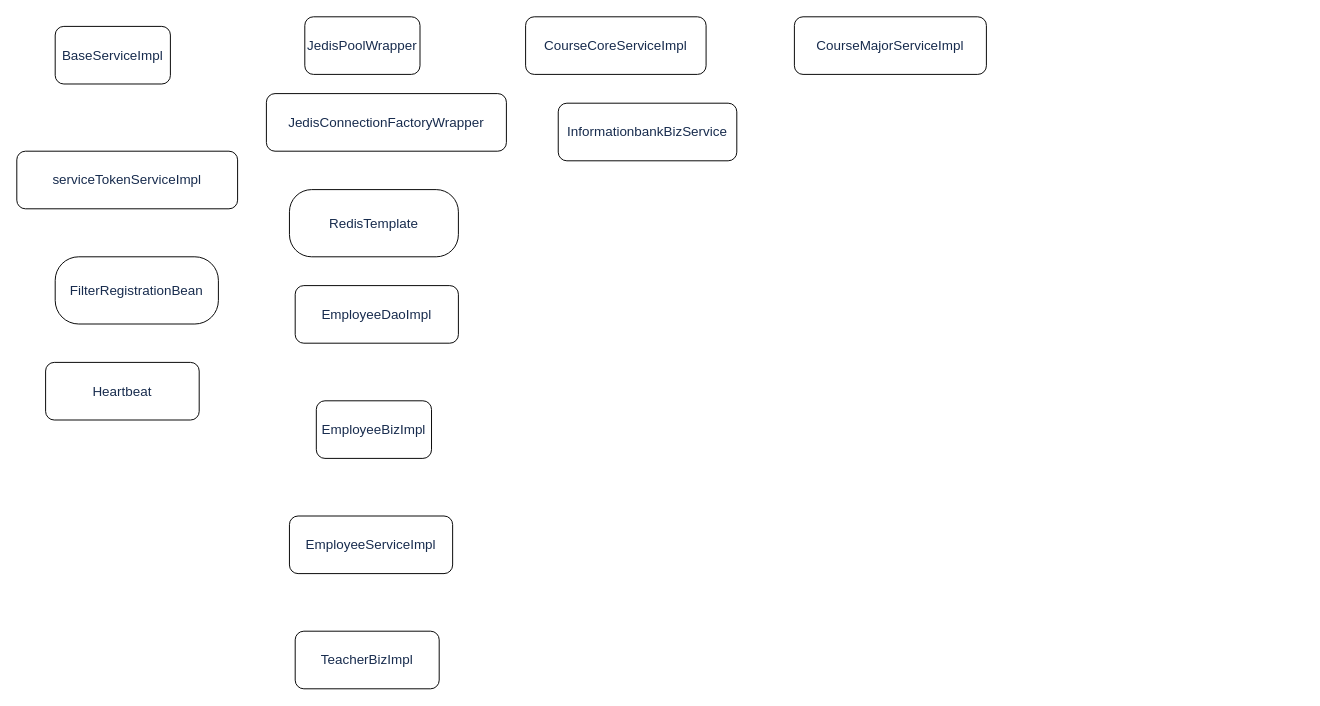
This is mojito.drawio from mirai3zZ/mojito, a draw.io file, before an edit. Source tidied: cells renumbered, new cells numbered last; positions are measured from the earlier drawing's top-left corner, leaving out a move shared by most shapes. Both pictures are drawn from the tidied source at 96%, with x=0, y=0 at pixel (16, 16).
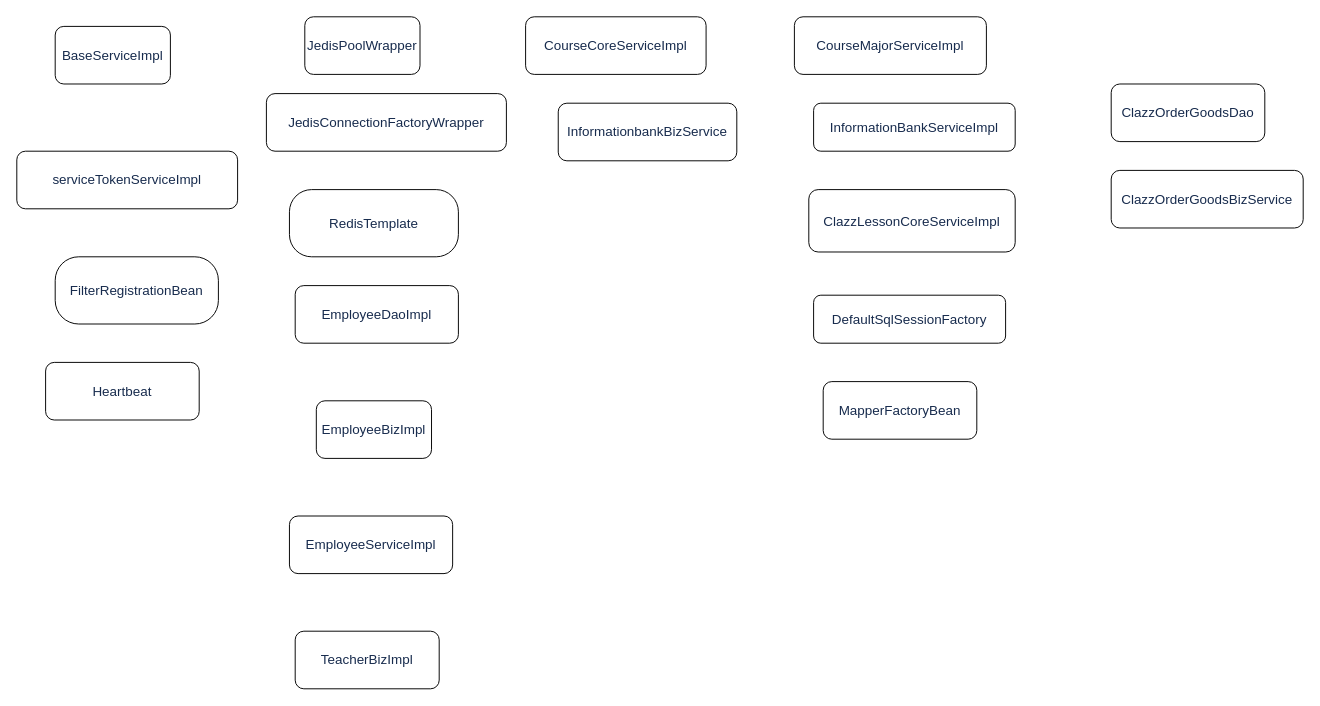
Above is the later version.

Change to the diagram source:
```diff
@@
+    <mxCell id="16" value="&lt;span style=&quot;color: rgb(23 , 43 , 77) ; font-family: , , &amp;#34;segoe ui&amp;#34; , &amp;#34;roboto&amp;#34; , &amp;#34;oxygen&amp;#34; , &amp;#34;ubuntu&amp;#34; , &amp;#34;fira sans&amp;#34; , &amp;#34;droid sans&amp;#34; , &amp;#34;helvetica neue&amp;#34; , sans-serif ; font-size: 14px ; text-align: left ; background-color: rgb(255 , 255 , 255)&quot;&gt;InformationBankServiceImpl&lt;/span&gt;" style="rounded=1;whiteSpace=wrap;html=1;" parent="1" vertex="1">
+      <mxGeometry x="830" y="90" width="210" height="50" as="geometry" />
+    </mxCell>
+    <mxCell id="17" value="&lt;span style=&quot;color: rgb(23 , 43 , 77) ; font-family: , , &amp;#34;segoe ui&amp;#34; , &amp;#34;roboto&amp;#34; , &amp;#34;oxygen&amp;#34; , &amp;#34;ubuntu&amp;#34; , &amp;#34;fira sans&amp;#34; , &amp;#34;droid sans&amp;#34; , &amp;#34;helvetica neue&amp;#34; , sans-serif ; font-size: 14px ; text-align: left ; background-color: rgb(255 , 255 , 255)&quot;&gt;ClazzLessonCoreServiceImpl&lt;/span&gt;" style="rounded=1;whiteSpace=wrap;html=1;" parent="1" vertex="1">
+      <mxGeometry x="825" y="180" width="215" height="65" as="geometry" />
+    </mxCell>
+    <mxCell id="18" value="&lt;span style=&quot;color: rgb(23 , 43 , 77) ; font-family: , , &amp;#34;segoe ui&amp;#34; , &amp;#34;roboto&amp;#34; , &amp;#34;oxygen&amp;#34; , &amp;#34;ubuntu&amp;#34; , &amp;#34;fira sans&amp;#34; , &amp;#34;droid sans&amp;#34; , &amp;#34;helvetica neue&amp;#34; , sans-serif ; font-size: 14px ; text-align: left ; background-color: rgb(255 , 255 , 255)&quot;&gt;DefaultSqlSessionFactory&lt;/span&gt;" style="rounded=1;whiteSpace=wrap;html=1;" parent="1" vertex="1">
+      <mxGeometry x="830" y="290" width="200" height="50" as="geometry" />
+    </mxCell>
+    <mxCell id="19" value="&lt;span style=&quot;color: rgb(23 , 43 , 77) ; font-family: , , &amp;#34;segoe ui&amp;#34; , &amp;#34;roboto&amp;#34; , &amp;#34;oxygen&amp;#34; , &amp;#34;ubuntu&amp;#34; , &amp;#34;fira sans&amp;#34; , &amp;#34;droid sans&amp;#34; , &amp;#34;helvetica neue&amp;#34; , sans-serif ; font-size: 14px ; text-align: left ; background-color: rgb(255 , 255 , 255)&quot;&gt;MapperFactoryBean&lt;/span&gt;" style="rounded=1;whiteSpace=wrap;html=1;" parent="1" vertex="1">
+      <mxGeometry x="840" y="380" width="160" height="60" as="geometry" />
+    </mxCell>
+    <mxCell id="20" value="&lt;span style=&quot;color: rgb(23 , 43 , 77) ; font-family: , , &amp;#34;segoe ui&amp;#34; , &amp;#34;roboto&amp;#34; , &amp;#34;oxygen&amp;#34; , &amp;#34;ubuntu&amp;#34; , &amp;#34;fira sans&amp;#34; , &amp;#34;droid sans&amp;#34; , &amp;#34;helvetica neue&amp;#34; , sans-serif ; font-size: 14px ; text-align: left ; background-color: rgb(255 , 255 , 255)&quot;&gt;ClazzOrderGoodsDao&lt;/span&gt;" style="rounded=1;whiteSpace=wrap;html=1;" parent="1" vertex="1">
+      <mxGeometry x="1140" y="70" width="160" height="60" as="geometry" />
+    </mxCell>
+    <mxCell id="21" value="&lt;span style=&quot;color: rgb(23 , 43 , 77) ; font-family: , , &amp;#34;segoe ui&amp;#34; , &amp;#34;roboto&amp;#34; , &amp;#34;oxygen&amp;#34; , &amp;#34;ubuntu&amp;#34; , &amp;#34;fira sans&amp;#34; , &amp;#34;droid sans&amp;#34; , &amp;#34;helvetica neue&amp;#34; , sans-serif ; font-size: 14px ; text-align: left ; background-color: rgb(255 , 255 , 255)&quot;&gt;ClazzOrderGoodsBizService&lt;/span&gt;" style="rounded=1;whiteSpace=wrap;html=1;" parent="1" vertex="1">
+      <mxGeometry x="1140" y="160" width="200" height="60" as="geometry" />
+    </mxCell>
```
